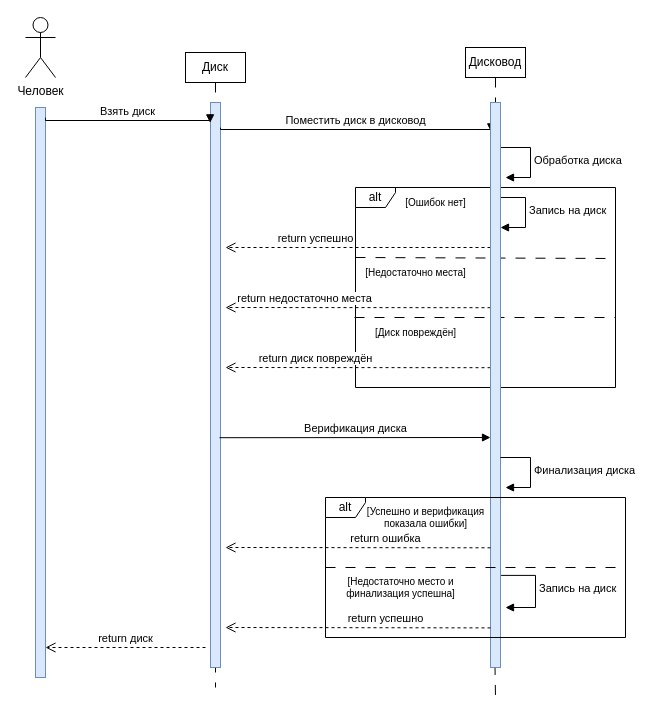
Earlier version of the draw.io diagram Diagram Sequence.drawio (VyugaSW/Diagrams_1). Source tidied: cells renumbered, new cells numbered last; positions are measured from the earlier drawing's top-left corner, leaving out a move shared by most shapes. Both pictures are drawn from the tidied source at 100%, with x=0, y=0 at pixel (25, 17).
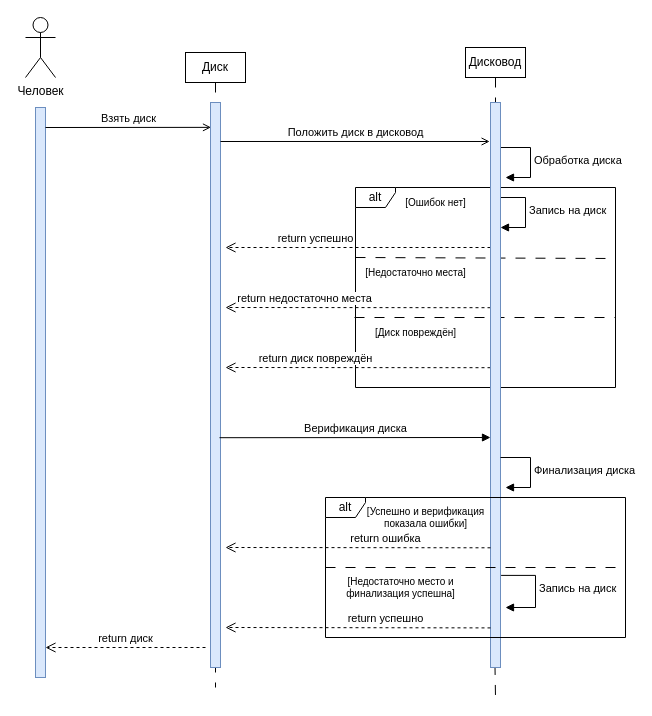
The same page after the edit.

Unchanged cells that the change refers to:
```xml
<mxCell id="3" style="rounded=0;whiteSpace=wrap;html=1;direction=south;fillColor=#dae8fc;strokeColor=#6c8ebf;" parent="1" vertex="1">
  <mxGeometry x="185" y="85" width="10" height="565" as="geometry" />
</mxCell>
<mxCell id="24" style="rounded=0;whiteSpace=wrap;html=1;direction=south;fillColor=#dae8fc;strokeColor=#6c8ebf;" parent="1" vertex="1">
  <mxGeometry x="465" y="85" width="10" height="565" as="geometry" />
</mxCell>
```

The edit, as a diff of the source:
```diff
@@
-    <mxCell id="19" value="&lt;br&gt;Взять диск" style="html=1;verticalAlign=bottom;endArrow=block;edgeStyle=elbowEdgeStyle;elbow=vertical;curved=0;rounded=0;entryX=0.036;entryY=1.038;entryDx=0;entryDy=0;entryPerimeter=0;" parent="1" edge="1" target="3">
-      <mxGeometry relative="1" as="geometry">
-        <mxPoint x="20" y="100.2" as="sourcePoint" />
-      </mxGeometry>
-    </mxCell>
-    <mxCell id="20" value="Поместить диск в дисковод" style="html=1;verticalAlign=bottom;endArrow=block;edgeStyle=elbowEdgeStyle;elbow=vertical;curved=0;rounded=0;entryX=0.052;entryY=0.943;entryDx=0;entryDy=0;entryPerimeter=0;" parent="1" edge="1" target="24">
-      <mxGeometry relative="1" as="geometry">
-        <mxPoint x="195" y="110.2" as="sourcePoint" />
-      </mxGeometry>
-    </mxCell>
@@
+    <mxCell id="19" value="Взять диск" style="endArrow=open;html=1;rounded=0;align=center;verticalAlign=bottom;endFill=0;labelBackgroundColor=none;entryX=0.044;entryY=0.948;entryDx=0;entryDy=0;entryPerimeter=0;" parent="1" edge="1" target="3">
+      <mxGeometry relative="1" as="geometry">
+        <mxPoint x="20" y="110" as="sourcePoint" />
+      </mxGeometry>
+    </mxCell>
+    <mxCell id="34" style="html=1;align=center;verticalAlign=top;labelBackgroundColor=none;" parent="19" vertex="1">
+      <mxGeometry relative="1" as="geometry" />
+    </mxCell>
+    <mxCell id="35" value="Положить диск в дисковод" style="endArrow=open;html=1;rounded=0;align=center;verticalAlign=bottom;endFill=0;labelBackgroundColor=none;entryX=0.069;entryY=1.086;entryDx=0;entryDy=0;entryPerimeter=0;" parent="1" edge="1" target="24">
+      <mxGeometry relative="1" as="geometry">
+        <mxPoint x="195" y="124" as="sourcePoint" />
+      </mxGeometry>
+    </mxCell>
+    <mxCell id="36" style="html=1;align=center;verticalAlign=top;labelBackgroundColor=none;" parent="35" vertex="1">
+      <mxGeometry relative="1" as="geometry" />
+    </mxCell>
```
